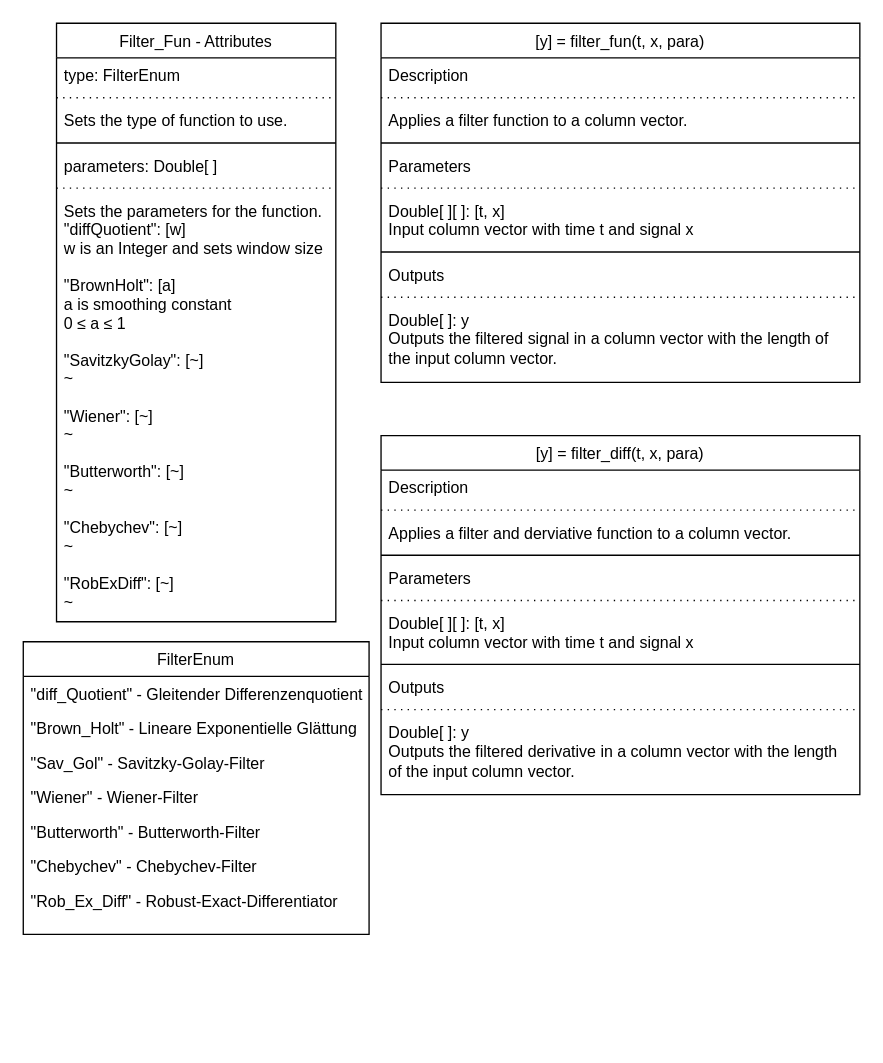
TGSP1997/OS-RST keeps this draw.io diagram as page "Filter" (4 of 6) of overview.drawio. Above is the earlier version. Source tidied: cells renumbered, new cells numbered last; positions are measured from the earlier drawing's top-left corner, leaving out a move shared by most shapes. Both pictures are drawn from the tidied source at 133%, with x=0, y=0 at pixel (23, 23).
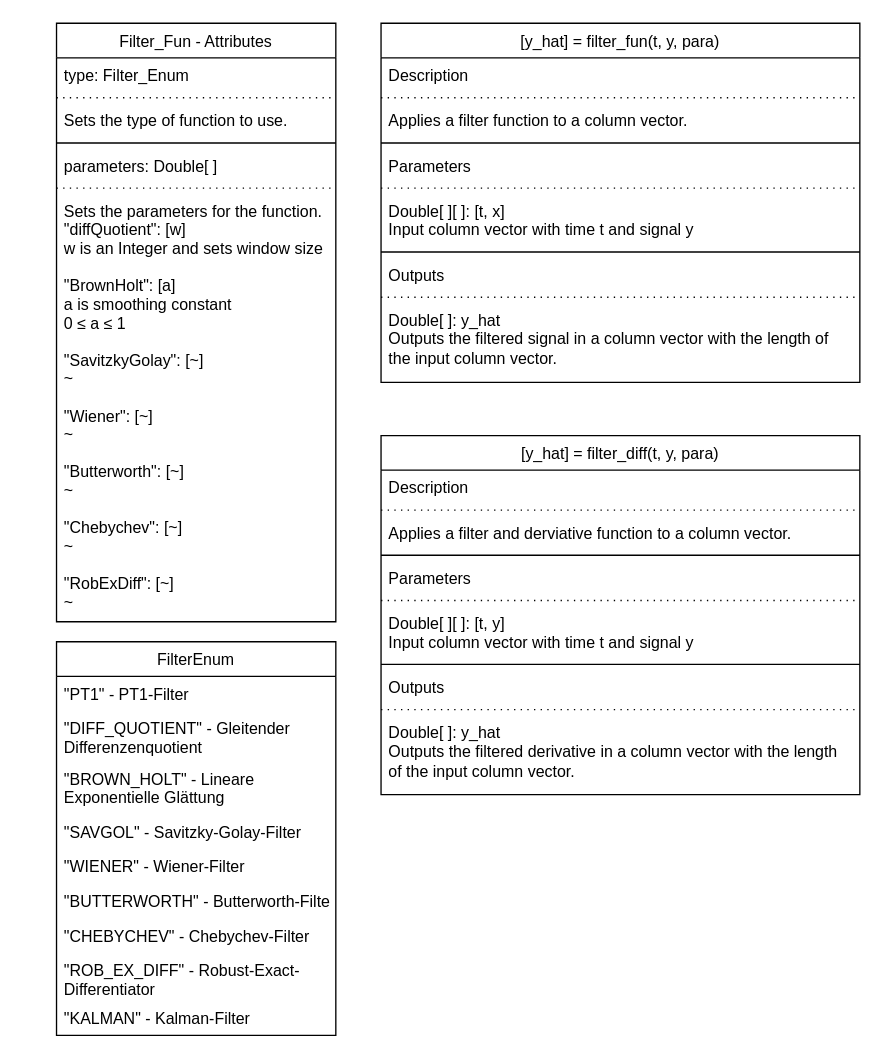
The same diagram, later.

Unchanged cells that the change refers to:
```xml
<mxCell id="10" value="Filter_Fun - Attributes" style="swimlane;fontStyle=0;align=center;verticalAlign=top;horizontal=1;startSize=26;rounded=0;shadow=0;strokeWidth=1;" parent="1" vertex="1">
  <mxGeometry x="25" width="210" height="450" as="geometry" />
</mxCell>
```

Diff of the diagram source:
```diff
@@
     <mxCell id="2" value="FilterEnum" style="swimlane;fontStyle=0;align=center;verticalAlign=top;horizontal=1;startSize=26;rounded=0;shadow=0;strokeWidth=1;" parent="1" vertex="1">
-      <mxGeometry y="465" width="260" height="220" as="geometry" />
+      <mxGeometry x="25" y="465" width="210" height="296" as="geometry" />
     </mxCell>
-    <mxCell id="3" value="&quot;diff_Quotient&quot; - Gleitender Differenzenquotient" style="text;align=left;verticalAlign=top;spacingLeft=4;spacingRight=4;overflow=hidden;" parent="2" vertex="1">
-      <mxGeometry y="26" width="260" height="26" as="geometry" />
+    <mxCell id="3" value="&quot;PT1&quot; - PT1-Filter" style="text;align=left;verticalAlign=top;spacingLeft=4;spacingRight=4;overflow=hidden;" parent="2" vertex="1">
+      <mxGeometry y="26" width="210" height="26" as="geometry" />
     </mxCell>
+    <mxCell id="42" value="&quot;DIFF_QUOTIENT&quot; - Gleitender &#10;Differenzenquotient" style="text;align=left;verticalAlign=top;spacingLeft=4;spacingRight=4;overflow=hidden;" parent="2" vertex="1">
+      <mxGeometry y="52" width="210" height="38" as="geometry" />
+    </mxCell>
-    <mxCell id="4" value="&quot;Brown_Holt&quot; - Lineare Exponentielle Glättung" style="text;align=left;verticalAlign=top;spacingLeft=4;spacingRight=4;overflow=hidden;" parent="2" vertex="1">
-      <mxGeometry y="52" width="260" height="26" as="geometry" />
+    <mxCell id="4" value="&quot;BROWN_HOLT&quot; - Lineare &#10;Exponentielle Glättung" style="text;align=left;verticalAlign=top;spacingLeft=4;spacingRight=4;overflow=hidden;" parent="2" vertex="1">
+      <mxGeometry y="90" width="210" height="40" as="geometry" />
     </mxCell>
-    <mxCell id="5" value="&quot;Sav_Gol&quot; - Savitzky-Golay-Filter" style="text;align=left;verticalAlign=top;spacingLeft=4;spacingRight=4;overflow=hidden;" parent="2" vertex="1">
-      <mxGeometry y="78" width="260" height="26" as="geometry" />
+    <mxCell id="5" value="&quot;SAVGOL&quot; - Savitzky-Golay-Filter" style="text;align=left;verticalAlign=top;spacingLeft=4;spacingRight=4;overflow=hidden;" parent="2" vertex="1">
+      <mxGeometry y="130" width="210" height="26" as="geometry" />
     </mxCell>
-    <mxCell id="6" value="&quot;Wiener&quot; - Wiener-Filter" style="text;align=left;verticalAlign=top;spacingLeft=4;spacingRight=4;overflow=hidden;" parent="2" vertex="1">
-      <mxGeometry y="104" width="260" height="26" as="geometry" />
+    <mxCell id="6" value="&quot;WIENER&quot; - Wiener-Filter" style="text;align=left;verticalAlign=top;spacingLeft=4;spacingRight=4;overflow=hidden;" parent="2" vertex="1">
+      <mxGeometry y="156" width="210" height="26" as="geometry" />
     </mxCell>
-    <mxCell id="7" value="&quot;Butterworth&quot; - Butterworth-Filter" style="text;align=left;verticalAlign=top;spacingLeft=4;spacingRight=4;overflow=hidden;" parent="2" vertex="1">
-      <mxGeometry y="130" width="260" height="26" as="geometry" />
+    <mxCell id="7" value="&quot;BUTTERWORTH&quot; - Butterworth-Filter" style="text;align=left;verticalAlign=top;spacingLeft=4;spacingRight=4;overflow=hidden;" parent="2" vertex="1">
+      <mxGeometry y="182" width="210" height="26" as="geometry" />
     </mxCell>
-    <mxCell id="8" value="&quot;Chebychev&quot; - Chebychev-Filter" style="text;align=left;verticalAlign=top;spacingLeft=4;spacingRight=4;overflow=hidden;" parent="2" vertex="1">
-      <mxGeometry y="156" width="260" height="26" as="geometry" />
+    <mxCell id="8" value="&quot;CHEBYCHEV&quot; - Chebychev-Filter" style="text;align=left;verticalAlign=top;spacingLeft=4;spacingRight=4;overflow=hidden;" parent="2" vertex="1">
+      <mxGeometry y="208" width="210" height="26" as="geometry" />
     </mxCell>
-    <mxCell id="9" value="&quot;Rob_Ex_Diff&quot; - Robust-Exact-Differentiator" style="text;align=left;verticalAlign=top;spacingLeft=4;spacingRight=4;overflow=hidden;" parent="2" vertex="1">
-      <mxGeometry y="182" width="260" height="26" as="geometry" />
+    <mxCell id="9" value="&quot;ROB_EX_DIFF&quot; - Robust-Exact-&#10;Differentiator" style="text;align=left;verticalAlign=top;spacingLeft=4;spacingRight=4;overflow=hidden;" parent="2" vertex="1">
+      <mxGeometry y="234" width="210" height="36" as="geometry" />
     </mxCell>
+    <mxCell id="43" value="&quot;KALMAN&quot; - Kalman-Filter" style="text;align=left;verticalAlign=top;spacingLeft=4;spacingRight=4;overflow=hidden;" parent="2" vertex="1">
+      <mxGeometry y="270" width="210" height="26" as="geometry" />
+    </mxCell>
@@
-    <mxCell id="11" value="type: FilterEnum" style="text;align=left;verticalAlign=top;spacingLeft=4;spacingRight=4;overflow=hidden;" parent="10" vertex="1">
+    <mxCell id="11" value="type: Filter_Enum" style="text;align=left;verticalAlign=top;spacingLeft=4;spacingRight=4;overflow=hidden;" parent="10" vertex="1">
       <mxGeometry y="26" width="210" height="26" as="geometry" />
     </mxCell>
@@
-    <mxCell id="18" value="[y] = filter_fun(t, x, para)" style="swimlane;fontStyle=0;align=center;verticalAlign=top;horizontal=1;startSize=26;rounded=0;shadow=0;strokeWidth=1;" parent="1" vertex="1">
+    <mxCell id="18" value="[y_hat] = filter_fun(t, y, para)" style="swimlane;fontStyle=0;align=center;verticalAlign=top;horizontal=1;startSize=26;rounded=0;shadow=0;strokeWidth=1;" parent="1" vertex="1">
       <mxGeometry x="269" width="360" height="270" as="geometry" />
     </mxCell>
@@
-    <mxCell id="25" value="Double[ ][ ]: [t, x]&#10;Input column vector with time t and signal x" style="text;align=left;verticalAlign=top;spacingLeft=4;spacingRight=4;overflow=hidden;" parent="18" vertex="1">
+    <mxCell id="25" value="Double[ ][ ]: [t, x]&#10;Input column vector with time t and signal y" style="text;align=left;verticalAlign=top;spacingLeft=4;spacingRight=4;overflow=hidden;" parent="18" vertex="1">
       <mxGeometry y="128" width="360" height="40" as="geometry" />
     </mxCell>
@@
-    <mxCell id="29" value="Double[ ]: y&#10;Outputs the filtered signal in a column vector with the length of the input column vector." style="text;align=left;verticalAlign=top;spacingLeft=4;spacingRight=4;overflow=hidden;whiteSpace=wrap;" parent="18" vertex="1">
+    <mxCell id="29" value="Double[ ]: y_hat&#10;Outputs the filtered signal in a column vector with the length of the input column vector." style="text;align=left;verticalAlign=top;spacingLeft=4;spacingRight=4;overflow=hidden;whiteSpace=wrap;" parent="18" vertex="1">
       <mxGeometry y="210" width="360" height="60" as="geometry" />
     </mxCell>
-    <mxCell id="30" value="[y] = filter_diff(t, x, para)" style="swimlane;fontStyle=0;align=center;verticalAlign=top;horizontal=1;startSize=26;rounded=0;shadow=0;strokeWidth=1;" parent="1" vertex="1">
+    <mxCell id="30" value="[y_hat] = filter_diff(t, y, para)" style="swimlane;fontStyle=0;align=center;verticalAlign=top;horizontal=1;startSize=26;rounded=0;shadow=0;strokeWidth=1;" parent="1" vertex="1">
       <mxGeometry x="269" y="310" width="360" height="270" as="geometry" />
     </mxCell>
@@
-    <mxCell id="37" value="Double[ ][ ]: [t, x]&#10;Input column vector with time t and signal x" style="text;align=left;verticalAlign=top;spacingLeft=4;spacingRight=4;overflow=hidden;" parent="30" vertex="1">
+    <mxCell id="37" value="Double[ ][ ]: [t, y]&#10;Input column vector with time t and signal y" style="text;align=left;verticalAlign=top;spacingLeft=4;spacingRight=4;overflow=hidden;" parent="30" vertex="1">
       <mxGeometry y="128" width="360" height="40" as="geometry" />
     </mxCell>
@@
-    <mxCell id="41" value="Double[ ]: y&#10;Outputs the filtered derivative in a column vector with the length of the input column vector." style="text;align=left;verticalAlign=top;spacingLeft=4;spacingRight=4;overflow=hidden;whiteSpace=wrap;" parent="30" vertex="1">
+    <mxCell id="41" value="Double[ ]: y_hat&#10;Outputs the filtered derivative in a column vector with the length of the input column vector." style="text;align=left;verticalAlign=top;spacingLeft=4;spacingRight=4;overflow=hidden;whiteSpace=wrap;" parent="30" vertex="1">
       <mxGeometry y="210" width="360" height="60" as="geometry" />
     </mxCell>
```
